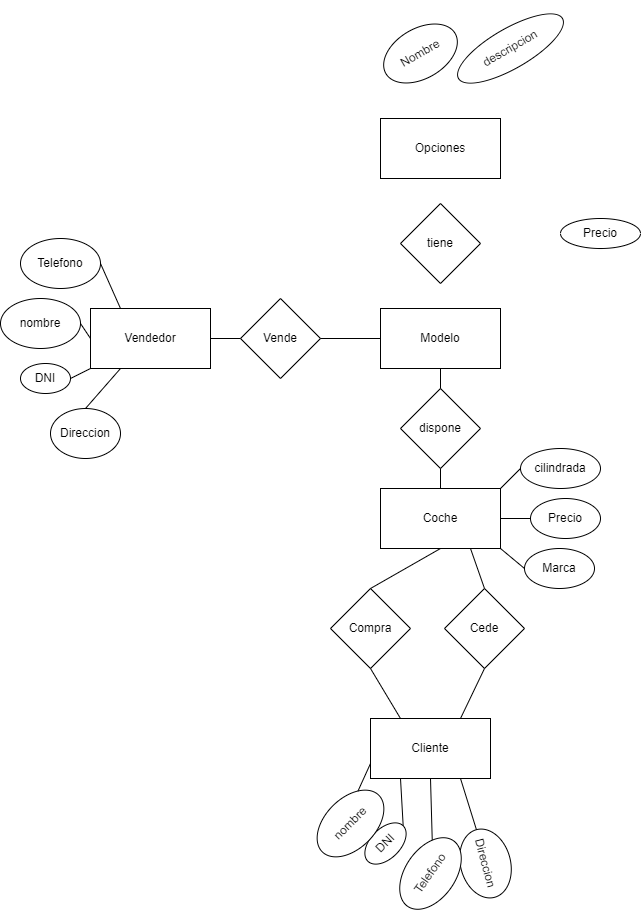
The draw.io diagram Tema2/Tarea2/Ejercicio5.drawio.png in Joseman2000LR/Bae, before a commit. Source tidied: cells renumbered, new cells last; positions are measured from the earlier drawing's top-left corner, leaving out a move shared by most shapes. Its diagram source:
```xml
<mxGraphModel>
  <root>
    <mxCell id="0" />
    <mxCell id="1" parent="0" />
    <mxCell id="2" value="Coche" style="rounded=0;whiteSpace=wrap;html=1;" parent="1" vertex="1">
      <mxGeometry x="380" y="460" width="120" height="60" as="geometry" />
    </mxCell>
    <mxCell id="3" value="cilindrada" style="ellipse;whiteSpace=wrap;html=1;" parent="1" vertex="1">
      <mxGeometry x="520" y="420" width="80" height="40" as="geometry" />
    </mxCell>
    <mxCell id="4" value="Marca" style="ellipse;whiteSpace=wrap;html=1;" parent="1" vertex="1">
      <mxGeometry x="524" y="520" width="70" height="40" as="geometry" />
    </mxCell>
    <mxCell id="5" value="Precio" style="ellipse;whiteSpace=wrap;html=1;" parent="1" vertex="1">
      <mxGeometry x="530" y="470" width="70" height="40" as="geometry" />
    </mxCell>
    <mxCell id="6" value="Cliente" style="rounded=0;whiteSpace=wrap;html=1;" parent="1" vertex="1">
      <mxGeometry x="370" y="690" width="120" height="60" as="geometry" />
    </mxCell>
    <mxCell id="7" value="Direccion" style="ellipse;whiteSpace=wrap;html=1;rotation=75;" parent="1" vertex="1">
      <mxGeometry x="450" y="810" width="70" height="50" as="geometry" />
    </mxCell>
    <mxCell id="8" value="DNI" style="ellipse;whiteSpace=wrap;html=1;rotation=-45;" parent="1" vertex="1">
      <mxGeometry x="360" y="800" width="50" height="30" as="geometry" />
    </mxCell>
    <mxCell id="9" value="nombre" style="ellipse;whiteSpace=wrap;html=1;rotation=-45;" parent="1" vertex="1">
      <mxGeometry x="310" y="770" width="80" height="50" as="geometry" />
    </mxCell>
    <mxCell id="10" value="Telefono" style="ellipse;whiteSpace=wrap;html=1;rotation=-55;" parent="1" vertex="1">
      <mxGeometry x="390" y="820" width="80" height="50" as="geometry" />
    </mxCell>
    <mxCell id="11" value="Vendedor" style="rounded=0;whiteSpace=wrap;html=1;" parent="1" vertex="1">
      <mxGeometry x="90" y="280" width="120" height="60" as="geometry" />
    </mxCell>
    <mxCell id="12" value="Direccion" style="ellipse;whiteSpace=wrap;html=1;" parent="1" vertex="1">
      <mxGeometry x="50" y="380" width="70" height="50" as="geometry" />
    </mxCell>
    <mxCell id="13" value="DNI" style="ellipse;whiteSpace=wrap;html=1;" parent="1" vertex="1">
      <mxGeometry x="20" y="335" width="50" height="30" as="geometry" />
    </mxCell>
    <mxCell id="14" value="nombre" style="ellipse;whiteSpace=wrap;html=1;" parent="1" vertex="1">
      <mxGeometry y="270" width="80" height="50" as="geometry" />
    </mxCell>
    <mxCell id="15" value="Telefono" style="ellipse;whiteSpace=wrap;html=1;" parent="1" vertex="1">
      <mxGeometry x="20" y="210" width="80" height="50" as="geometry" />
    </mxCell>
    <mxCell id="16" value="dispone" style="rhombus;whiteSpace=wrap;html=1;" parent="1" vertex="1">
      <mxGeometry x="400" y="360" width="80" height="80" as="geometry" />
    </mxCell>
    <mxCell id="17" value="Opciones" style="rounded=0;whiteSpace=wrap;html=1;" parent="1" vertex="1">
      <mxGeometry x="380" y="90" width="120" height="60" as="geometry" />
    </mxCell>
    <mxCell id="18" value="Precio" style="ellipse;whiteSpace=wrap;html=1;" parent="1" vertex="1">
      <mxGeometry x="560" y="190" width="80" height="30" as="geometry" />
    </mxCell>
    <mxCell id="19" value="descripcion" style="ellipse;whiteSpace=wrap;html=1;rotation=-30;" parent="1" vertex="1">
      <mxGeometry x="450" width="120" height="40" as="geometry" />
    </mxCell>
    <mxCell id="20" value="Nombre" style="ellipse;whiteSpace=wrap;html=1;rotation=-30;" parent="1" vertex="1">
      <mxGeometry x="380" width="80" height="50" as="geometry" />
    </mxCell>
    <mxCell id="21" value="Modelo" style="rounded=0;whiteSpace=wrap;html=1;" parent="1" vertex="1">
      <mxGeometry x="380" y="280" width="120" height="60" as="geometry" />
    </mxCell>
    <mxCell id="22" value="tiene" style="rhombus;whiteSpace=wrap;html=1;" parent="1" vertex="1">
      <mxGeometry x="400" y="175" width="80" height="80" as="geometry" />
    </mxCell>
    <mxCell id="23" value="Compra" style="rhombus;whiteSpace=wrap;html=1;" parent="1" vertex="1">
      <mxGeometry x="330" y="560" width="80" height="80" as="geometry" />
    </mxCell>
    <mxCell id="24" value="Vende" style="rhombus;whiteSpace=wrap;html=1;" parent="1" vertex="1">
      <mxGeometry x="240" y="270" width="80" height="80" as="geometry" />
    </mxCell>
    <mxCell id="25" style="endArrow=none;html=1;entryX=0.5;entryY=0;entryDx=0;entryDy=0;exitX=0.5;exitY=1;exitDx=0;exitDy=0;" parent="1" edge="1" source="2" target="23">
      <mxGeometry relative="1" as="geometry" />
    </mxCell>
    <mxCell id="26" style="endArrow=none;html=1;entryX=1;entryY=0.5;entryDx=0;entryDy=0;exitX=0;exitY=0.5;exitDx=0;exitDy=0;" parent="1" edge="1" source="24" target="11">
      <mxGeometry relative="1" as="geometry" />
    </mxCell>
    <mxCell id="27" style="endArrow=none;html=1;entryX=0;entryY=0.5;entryDx=0;entryDy=0;exitX=1;exitY=0.5;exitDx=0;exitDy=0;" parent="1" edge="1" source="24" target="21">
      <mxGeometry relative="1" as="geometry" />
    </mxCell>
    <mxCell id="28" style="endArrow=none;html=1;entryX=0.5;entryY=1;entryDx=0;entryDy=0;exitX=0.5;exitY=0;exitDx=0;exitDy=0;" parent="1" edge="1" source="16" target="21">
      <mxGeometry relative="1" as="geometry" />
    </mxCell>
    <mxCell id="29" style="endArrow=none;html=1;entryX=0.5;entryY=1;entryDx=0;entryDy=0;exitX=0.5;exitY=0;exitDx=0;exitDy=0;" parent="1" edge="1" source="2" target="16">
      <mxGeometry relative="1" as="geometry" />
    </mxCell>
    <mxCell id="30" style="endArrow=none;html=1;entryX=1;entryY=0.5;entryDx=0;entryDy=0;exitX=0;exitY=1;exitDx=0;exitDy=0;" parent="1" edge="1" source="11" target="13">
      <mxGeometry relative="1" as="geometry" />
    </mxCell>
    <mxCell id="31" style="endArrow=none;html=1;entryX=0.25;entryY=1;entryDx=0;entryDy=0;exitX=0.5;exitY=0;exitDx=0;exitDy=0;" parent="1" edge="1" source="12" target="11">
      <mxGeometry relative="1" as="geometry" />
    </mxCell>
    <mxCell id="32" style="endArrow=none;html=1;exitX=1;exitY=0.5;exitDx=0;exitDy=0;entryX=0.25;entryY=0;entryDx=0;entryDy=0;" parent="1" edge="1" source="15" target="11">
      <mxGeometry relative="1" as="geometry" />
    </mxCell>
    <mxCell id="33" style="endArrow=none;html=1;entryX=1;entryY=0.5;entryDx=0;entryDy=0;exitX=0;exitY=0.5;exitDx=0;exitDy=0;" parent="1" edge="1" source="11" target="14">
      <mxGeometry relative="1" as="geometry" />
    </mxCell>
    <mxCell id="34" value="Cede" style="rhombus;whiteSpace=wrap;html=1;" parent="1" vertex="1">
      <mxGeometry x="444" y="560" width="80" height="80" as="geometry" />
    </mxCell>
    <mxCell id="35" style="endArrow=none;html=1;entryX=0.5;entryY=1;entryDx=0;entryDy=0;exitX=0.75;exitY=0;exitDx=0;exitDy=0;" parent="1" edge="1" source="6" target="34">
      <mxGeometry relative="1" as="geometry" />
    </mxCell>
    <mxCell id="36" style="endArrow=none;html=1;entryX=0.5;entryY=1;entryDx=0;entryDy=0;exitX=0.25;exitY=0;exitDx=0;exitDy=0;" parent="1" edge="1" source="6" target="23">
      <mxGeometry relative="1" as="geometry" />
    </mxCell>
    <mxCell id="37" style="endArrow=none;html=1;entryX=0.75;entryY=1;entryDx=0;entryDy=0;exitX=0.5;exitY=0;exitDx=0;exitDy=0;" parent="1" edge="1" source="34" target="2">
      <mxGeometry relative="1" as="geometry" />
    </mxCell>
    <mxCell id="38" style="endArrow=none;html=1;entryX=1;entryY=0;entryDx=0;entryDy=0;exitX=0.5;exitY=1;exitDx=0;exitDy=0;" parent="1" edge="1" source="6" target="10">
      <mxGeometry relative="1" as="geometry" />
    </mxCell>
    <mxCell id="39" style="endArrow=none;html=1;entryX=1;entryY=0.5;entryDx=0;entryDy=0;exitX=0.25;exitY=1;exitDx=0;exitDy=0;" parent="1" edge="1" source="6" target="8">
      <mxGeometry relative="1" as="geometry" />
    </mxCell>
    <mxCell id="40" style="endArrow=none;html=1;entryX=0.75;entryY=1;entryDx=0;entryDy=0;exitX=0;exitY=0.5;exitDx=0;exitDy=0;" parent="1" edge="1" source="7" target="6">
      <mxGeometry relative="1" as="geometry" />
    </mxCell>
    <mxCell id="41" style="endArrow=none;html=1;entryX=1;entryY=0;entryDx=0;entryDy=0;exitX=0;exitY=0.75;exitDx=0;exitDy=0;" parent="1" edge="1" source="6" target="9">
      <mxGeometry relative="1" as="geometry" />
    </mxCell>
    <mxCell id="42" style="endArrow=none;html=1;entryX=0;entryY=0.5;entryDx=0;entryDy=0;exitX=1;exitY=1;exitDx=0;exitDy=0;" parent="1" edge="1" source="2" target="4">
      <mxGeometry relative="1" as="geometry" />
    </mxCell>
    <mxCell id="43" style="endArrow=none;html=1;entryX=0;entryY=0.5;entryDx=0;entryDy=0;exitX=1;exitY=0.5;exitDx=0;exitDy=0;" parent="1" edge="1" source="2" target="5">
      <mxGeometry relative="1" as="geometry" />
    </mxCell>
    <mxCell id="44" style="endArrow=none;html=1;entryX=0;entryY=0.5;entryDx=0;entryDy=0;exitX=1;exitY=0;exitDx=0;exitDy=0;" parent="1" edge="1" source="2" target="3">
      <mxGeometry relative="1" as="geometry" />
    </mxCell>
  </root>
</mxGraphModel>
```
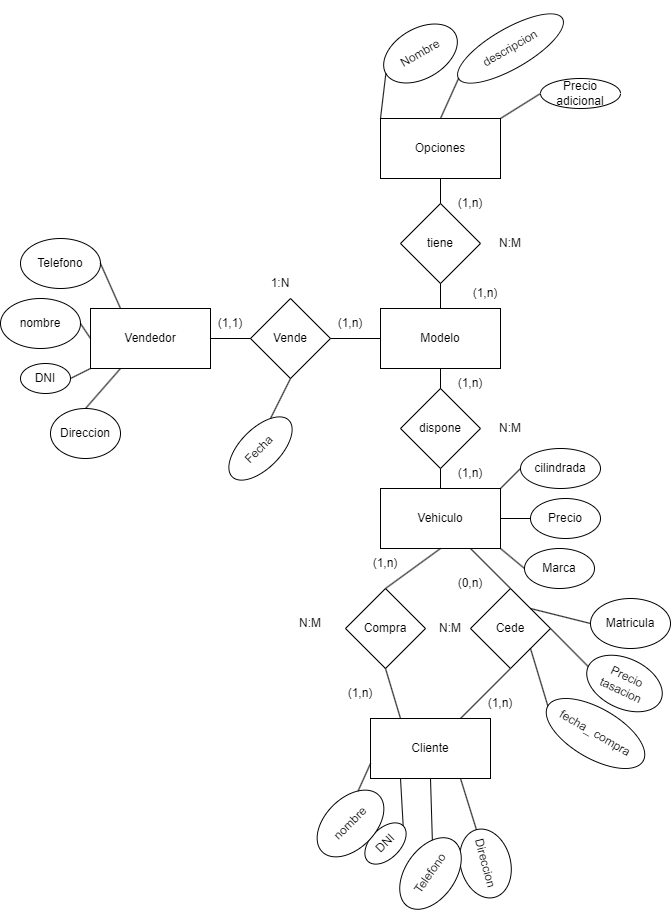
After the commit.

Commit message:
cambios y creacion de ejercicio

What changed in the source:
```diff
@@ -2,7 +2,7 @@
   <root>
     <mxCell id="0" />
     <mxCell id="1" parent="0" />
-    <mxCell id="2" value="Coche" style="rounded=0;whiteSpace=wrap;html=1;" parent="1" vertex="1">
+    <mxCell id="2" value="Vehiculo" style="rounded=0;whiteSpace=wrap;html=1;" parent="1" vertex="1">
       <mxGeometry x="380" y="460" width="120" height="60" as="geometry" />
     </mxCell>
     <mxCell id="3" value="cilindrada" style="ellipse;whiteSpace=wrap;html=1;" parent="1" vertex="1">
@@ -50,8 +50,8 @@
     <mxCell id="17" value="Opciones" style="rounded=0;whiteSpace=wrap;html=1;" parent="1" vertex="1">
       <mxGeometry x="380" y="90" width="120" height="60" as="geometry" />
     </mxCell>
-    <mxCell id="18" value="Precio" style="ellipse;whiteSpace=wrap;html=1;" parent="1" vertex="1">
-      <mxGeometry x="560" y="190" width="80" height="30" as="geometry" />
+    <mxCell id="18" value="Precio adicional" style="ellipse;whiteSpace=wrap;html=1;" parent="1" vertex="1">
+      <mxGeometry x="540" y="50" width="80" height="30" as="geometry" />
     </mxCell>
     <mxCell id="19" value="descripcion" style="ellipse;whiteSpace=wrap;html=1;rotation=-30;" parent="1" vertex="1">
       <mxGeometry x="450" width="120" height="40" as="geometry" />
@@ -66,10 +66,10 @@
       <mxGeometry x="400" y="175" width="80" height="80" as="geometry" />
     </mxCell>
     <mxCell id="23" value="Compra" style="rhombus;whiteSpace=wrap;html=1;" parent="1" vertex="1">
-      <mxGeometry x="330" y="560" width="80" height="80" as="geometry" />
+      <mxGeometry x="345" y="560" width="80" height="80" as="geometry" />
     </mxCell>
     <mxCell id="24" value="Vende" style="rhombus;whiteSpace=wrap;html=1;" parent="1" vertex="1">
-      <mxGeometry x="240" y="270" width="80" height="80" as="geometry" />
+      <mxGeometry x="250" y="270" width="80" height="80" as="geometry" />
     </mxCell>
     <mxCell id="25" style="endArrow=none;html=1;entryX=0.5;entryY=0;entryDx=0;entryDy=0;exitX=0.5;exitY=1;exitDx=0;exitDy=0;" parent="1" edge="1" source="2" target="23">
       <mxGeometry relative="1" as="geometry" />
@@ -99,7 +99,7 @@
       <mxGeometry relative="1" as="geometry" />
     </mxCell>
     <mxCell id="34" value="Cede" style="rhombus;whiteSpace=wrap;html=1;" parent="1" vertex="1">
-      <mxGeometry x="444" y="560" width="80" height="80" as="geometry" />
+      <mxGeometry x="470" y="560" width="80" height="80" as="geometry" />
     </mxCell>
     <mxCell id="35" style="endArrow=none;html=1;entryX=0.5;entryY=1;entryDx=0;entryDy=0;exitX=0.75;exitY=0;exitDx=0;exitDy=0;" parent="1" edge="1" source="6" target="34">
       <mxGeometry relative="1" as="geometry" />
@@ -131,5 +131,89 @@
     <mxCell id="44" style="endArrow=none;html=1;entryX=0;entryY=0.5;entryDx=0;entryDy=0;exitX=1;exitY=0;exitDx=0;exitDy=0;" parent="1" edge="1" source="2" target="3">
       <mxGeometry relative="1" as="geometry" />
     </mxCell>
+    <mxCell id="45" value="Fecha&amp;nbsp;" style="ellipse;whiteSpace=wrap;html=1;rotation=-45;" parent="1" vertex="1">
+      <mxGeometry x="220" y="400" width="80" height="40" as="geometry" />
+    </mxCell>
+    <mxCell id="46" style="endArrow=none;html=1;entryX=1;entryY=0;entryDx=0;entryDy=0;exitX=0.5;exitY=1;exitDx=0;exitDy=0;" parent="1" edge="1" source="24" target="45">
+      <mxGeometry relative="1" as="geometry" />
+    </mxCell>
+    <mxCell id="47" style="endArrow=none;html=1;entryX=0.5;entryY=1;entryDx=0;entryDy=0;exitX=0.5;exitY=0;exitDx=0;exitDy=0;" parent="1" edge="1" source="21" target="22">
+      <mxGeometry relative="1" as="geometry" />
+    </mxCell>
+    <mxCell id="48" style="endArrow=none;html=1;entryX=0.5;entryY=1;entryDx=0;entryDy=0;exitX=0.5;exitY=0;exitDx=0;exitDy=0;" parent="1" edge="1" source="22" target="17">
+      <mxGeometry relative="1" as="geometry" />
+    </mxCell>
+    <mxCell id="49" style="endArrow=none;html=1;entryX=0;entryY=0.5;entryDx=0;entryDy=0;exitX=0.5;exitY=0;exitDx=0;exitDy=0;" parent="1" edge="1" source="17" target="19">
+      <mxGeometry relative="1" as="geometry" />
+    </mxCell>
+    <mxCell id="50" style="endArrow=none;html=1;entryX=0;entryY=0.5;entryDx=0;entryDy=0;exitX=1;exitY=0;exitDx=0;exitDy=0;" parent="1" edge="1" source="17" target="18">
+      <mxGeometry relative="1" as="geometry" />
+    </mxCell>
+    <mxCell id="51" style="endArrow=none;html=1;entryX=0;entryY=0.5;entryDx=0;entryDy=0;exitX=0;exitY=0;exitDx=0;exitDy=0;" parent="1" edge="1" source="17" target="20">
+      <mxGeometry relative="1" as="geometry" />
+    </mxCell>
+    <mxCell id="52" value="Precio tasacion" style="ellipse;whiteSpace=wrap;html=1;rotation=25;" parent="1" vertex="1">
+      <mxGeometry x="584" y="630" width="80" height="50" as="geometry" />
+    </mxCell>
+    <mxCell id="53" value="Matricula" style="ellipse;whiteSpace=wrap;html=1;" parent="1" vertex="1">
+      <mxGeometry x="590" y="570" width="80" height="50" as="geometry" />
+    </mxCell>
+    <mxCell id="54" value="fecha_ compra" style="ellipse;whiteSpace=wrap;html=1;rotation=30;" parent="1" vertex="1">
+      <mxGeometry x="540" y="680" width="110" height="50" as="geometry" />
+    </mxCell>
+    <mxCell id="55" style="endArrow=none;html=1;entryX=0;entryY=0.5;entryDx=0;entryDy=0;exitX=1;exitY=0.5;exitDx=0;exitDy=0;" parent="1" edge="1" source="34" target="52">
+      <mxGeometry relative="1" as="geometry" />
+    </mxCell>
+    <mxCell id="56" style="endArrow=none;html=1;entryX=0;entryY=0.5;entryDx=0;entryDy=0;exitX=1;exitY=1;exitDx=0;exitDy=0;" parent="1" edge="1" source="34" target="54">
+      <mxGeometry relative="1" as="geometry" />
+    </mxCell>
+    <mxCell id="57" style="endArrow=none;html=1;entryX=0;entryY=0.5;entryDx=0;entryDy=0;exitX=1;exitY=0;exitDx=0;exitDy=0;" parent="1" edge="1" source="34" target="53">
+      <mxGeometry relative="1" as="geometry" />
+    </mxCell>
+    <mxCell id="58" value="1:N" style="text;html=1;strokeColor=none;fillColor=none;align=center;verticalAlign=middle;whiteSpace=wrap;rounded=0;" parent="1" vertex="1">
+      <mxGeometry x="250" y="240" width="60" height="30" as="geometry" />
+    </mxCell>
+    <mxCell id="59" value="(1,n)" style="text;html=1;strokeColor=none;fillColor=none;align=center;verticalAlign=middle;whiteSpace=wrap;rounded=0;" parent="1" vertex="1">
+      <mxGeometry x="320" y="280" width="60" height="30" as="geometry" />
+    </mxCell>
+    <mxCell id="60" value="(1,1)" style="text;html=1;strokeColor=none;fillColor=none;align=center;verticalAlign=middle;whiteSpace=wrap;rounded=0;" parent="1" vertex="1">
+      <mxGeometry x="200" y="280" width="60" height="30" as="geometry" />
+    </mxCell>
+    <mxCell id="61" value="N:M" style="text;html=1;strokeColor=none;fillColor=none;align=center;verticalAlign=middle;whiteSpace=wrap;rounded=0;" parent="1" vertex="1">
+      <mxGeometry x="480" y="200" width="60" height="30" as="geometry" />
+    </mxCell>
+    <mxCell id="62" value="(1,n)" style="text;html=1;strokeColor=none;fillColor=none;align=center;verticalAlign=middle;whiteSpace=wrap;rounded=0;" parent="1" vertex="1">
+      <mxGeometry x="455" y="250" width="60" height="30" as="geometry" />
+    </mxCell>
+    <mxCell id="63" value="(1,n)" style="text;html=1;strokeColor=none;fillColor=none;align=center;verticalAlign=middle;whiteSpace=wrap;rounded=0;" parent="1" vertex="1">
+      <mxGeometry x="440" y="160" width="60" height="30" as="geometry" />
+    </mxCell>
+    <mxCell id="64" value="(1,n)" style="text;html=1;strokeColor=none;fillColor=none;align=center;verticalAlign=middle;whiteSpace=wrap;rounded=0;" parent="1" vertex="1">
+      <mxGeometry x="440" y="430" width="60" height="30" as="geometry" />
+    </mxCell>
+    <mxCell id="65" value="N:M" style="text;html=1;strokeColor=none;fillColor=none;align=center;verticalAlign=middle;whiteSpace=wrap;rounded=0;" parent="1" vertex="1">
+      <mxGeometry x="480" y="385" width="60" height="30" as="geometry" />
+    </mxCell>
+    <mxCell id="66" value="(1,n)" style="text;html=1;strokeColor=none;fillColor=none;align=center;verticalAlign=middle;whiteSpace=wrap;rounded=0;" parent="1" vertex="1">
+      <mxGeometry x="440" y="340" width="60" height="30" as="geometry" />
+    </mxCell>
+    <mxCell id="67" value="(0,n)" style="text;html=1;strokeColor=none;fillColor=none;align=center;verticalAlign=middle;whiteSpace=wrap;rounded=0;" parent="1" vertex="1">
+      <mxGeometry x="440" y="540" width="60" height="30" as="geometry" />
+    </mxCell>
+    <mxCell id="68" value="(1,n)" style="text;html=1;strokeColor=none;fillColor=none;align=center;verticalAlign=middle;whiteSpace=wrap;rounded=0;" parent="1" vertex="1">
+      <mxGeometry x="355" y="520" width="60" height="30" as="geometry" />
+    </mxCell>
+    <mxCell id="69" value="N:M" style="text;html=1;strokeColor=none;fillColor=none;align=center;verticalAlign=middle;whiteSpace=wrap;rounded=0;" parent="1" vertex="1">
+      <mxGeometry x="420" y="585" width="60" height="30" as="geometry" />
+    </mxCell>
+    <mxCell id="70" value="N:M" style="text;html=1;strokeColor=none;fillColor=none;align=center;verticalAlign=middle;whiteSpace=wrap;rounded=0;" parent="1" vertex="1">
+      <mxGeometry x="280" y="580" width="60" height="30" as="geometry" />
+    </mxCell>
+    <mxCell id="71" value="(1,n)" style="text;html=1;strokeColor=none;fillColor=none;align=center;verticalAlign=middle;whiteSpace=wrap;rounded=0;" parent="1" vertex="1">
+      <mxGeometry x="470" y="660" width="60" height="30" as="geometry" />
+    </mxCell>
+    <mxCell id="72" value="(1,n)" style="text;html=1;strokeColor=none;fillColor=none;align=center;verticalAlign=middle;whiteSpace=wrap;rounded=0;" parent="1" vertex="1">
+      <mxGeometry x="330" y="650" width="60" height="30" as="geometry" />
+    </mxCell>
   </root>
 </mxGraphModel>
```
